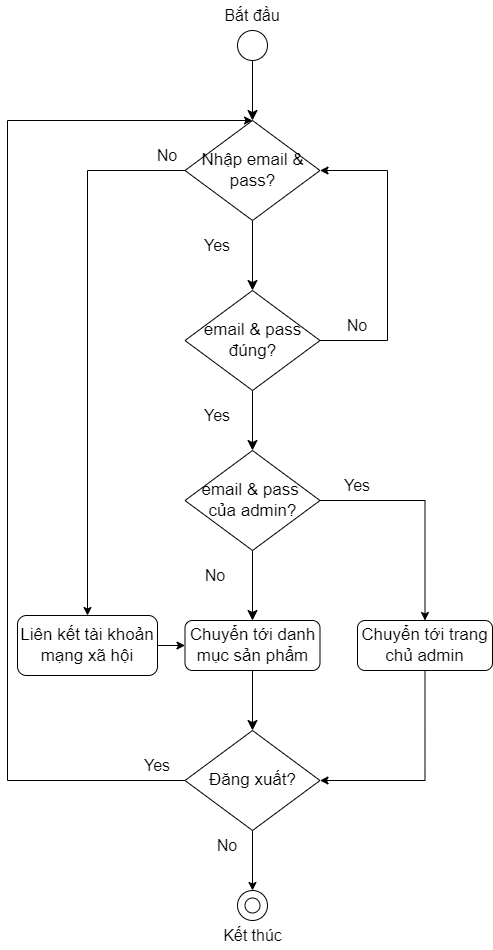
datnham0212/PC-E-commerce keeps this draw.io diagram as Workflow (Manual Testing)/Auth.png. Above is the earlier version. Source tidied: cells renumbered, new cells last; positions are measured from the earlier drawing's top-left corner, leaving out a move shared by most shapes.
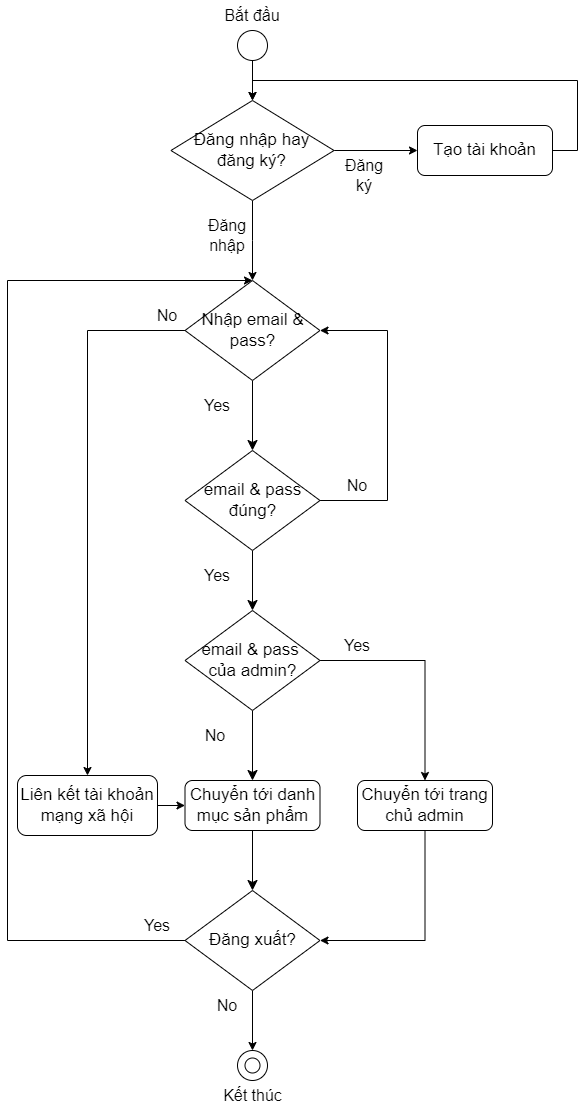
After the commit.

What changed in the source:
```diff
@@ -2,9 +2,6 @@
   <root>
     <mxCell id="0" />
     <mxCell id="1" parent="0" />
-    <mxCell id="2" style="edgeStyle=none;curved=1;rounded=0;jettySize=auto;html=1;entryX=0.5;entryY=0;entryDx=0;entryDy=0;fontSize=12;startSize=8;endSize=8;" parent="1" edge="1" source="11" target="27">
-      <mxGeometry relative="1" as="geometry" />
-    </mxCell>
     <mxCell id="3" style="edgeStyle=none;curved=1;rounded=0;jettySize=auto;html=1;fontSize=12;startSize=8;endSize=8;exitX=0.5;exitY=1;exitDx=0;exitDy=0;" parent="1" edge="1" source="27" target="6">
       <mxGeometry relative="1" as="geometry" />
     </mxCell>
@@ -32,7 +29,7 @@
       <mxGeometry x="177.5" y="620" width="135" height="50" as="geometry" />
     </mxCell>
     <mxCell id="10" style="group;" parent="1" vertex="1">
-      <mxGeometry x="215" width="60" height="60" as="geometry" />
+      <mxGeometry x="215" y="-160" width="60" height="60" as="geometry" />
     </mxCell>
     <mxCell id="11" style="ellipse;whiteSpace=wrap;html=1;" parent="10" vertex="1">
       <mxGeometry x="15" y="30" width="30" height="30" as="geometry" />
@@ -117,5 +114,35 @@
     <mxCell id="36" value="Yes" style="text;html=1;align=center;verticalAlign=middle;whiteSpace=wrap;rounded=0;fontSize=16;" parent="1" vertex="1">
       <mxGeometry x="120" y="750" width="60" height="30" as="geometry" />
     </mxCell>
+    <mxCell id="37" style="edgeStyle=orthogonalEdgeStyle;rounded=0;jettySize=auto;html=1;entryX=0.5;entryY=0;entryDx=0;entryDy=0;" parent="1" edge="1" source="39" target="27">
+      <mxGeometry relative="1" as="geometry" />
+    </mxCell>
+    <mxCell id="38" style="edgeStyle=orthogonalEdgeStyle;rounded=0;jettySize=auto;html=1;entryX=0;entryY=0.5;entryDx=0;entryDy=0;" parent="1" edge="1" source="39" target="42">
+      <mxGeometry relative="1" as="geometry" />
+    </mxCell>
+    <mxCell id="39" value="&lt;span style=&quot;font-size: 17px;&quot;&gt;Đăng nhập hay&lt;/span&gt;&lt;div&gt;&lt;span style=&quot;font-size: 17px;&quot;&gt;đăng ký?&lt;/span&gt;&lt;/div&gt;" style="rhombus;whiteSpace=wrap;html=1;" parent="1" vertex="1">
+      <mxGeometry x="163.4" y="-60" width="163.1" height="100" as="geometry" />
+    </mxCell>
+    <mxCell id="40" value="Đăng nhập" style="text;html=1;align=center;verticalAlign=middle;whiteSpace=wrap;rounded=0;fontSize=16;" parent="1" vertex="1">
+      <mxGeometry x="190" y="60" width="60" height="30" as="geometry" />
+    </mxCell>
+    <mxCell id="41" style="edgeStyle=orthogonalEdgeStyle;rounded=0;jettySize=auto;html=1;entryX=0.5;entryY=0;entryDx=0;entryDy=0;" parent="1" edge="1" source="42" target="39">
+      <mxGeometry relative="1" as="geometry">
+        <Array as="points">
+          <mxPoint x="570" y="-10" />
+          <mxPoint x="570" y="-80" />
+          <mxPoint x="245" y="-80" />
+        </Array>
+      </mxGeometry>
+    </mxCell>
+    <mxCell id="42" value="&lt;font style=&quot;font-size: 17px;&quot;&gt;Tạo tài khoản&lt;/font&gt;" style="rounded=1;whiteSpace=wrap;html=1;" parent="1" vertex="1">
+      <mxGeometry x="410" y="-35" width="135" height="50" as="geometry" />
+    </mxCell>
+    <mxCell id="43" style="edgeStyle=orthogonalEdgeStyle;rounded=0;jettySize=auto;html=1;entryX=0.5;entryY=0;entryDx=0;entryDy=0;" parent="1" edge="1" source="11" target="39">
+      <mxGeometry relative="1" as="geometry" />
+    </mxCell>
+    <mxCell id="44" value="Đăng ký" style="text;html=1;align=center;verticalAlign=middle;whiteSpace=wrap;rounded=0;fontSize=16;" parent="1" vertex="1">
+      <mxGeometry x="326.6" width="60" height="30" as="geometry" />
+    </mxCell>
   </root>
 </mxGraphModel>
```
